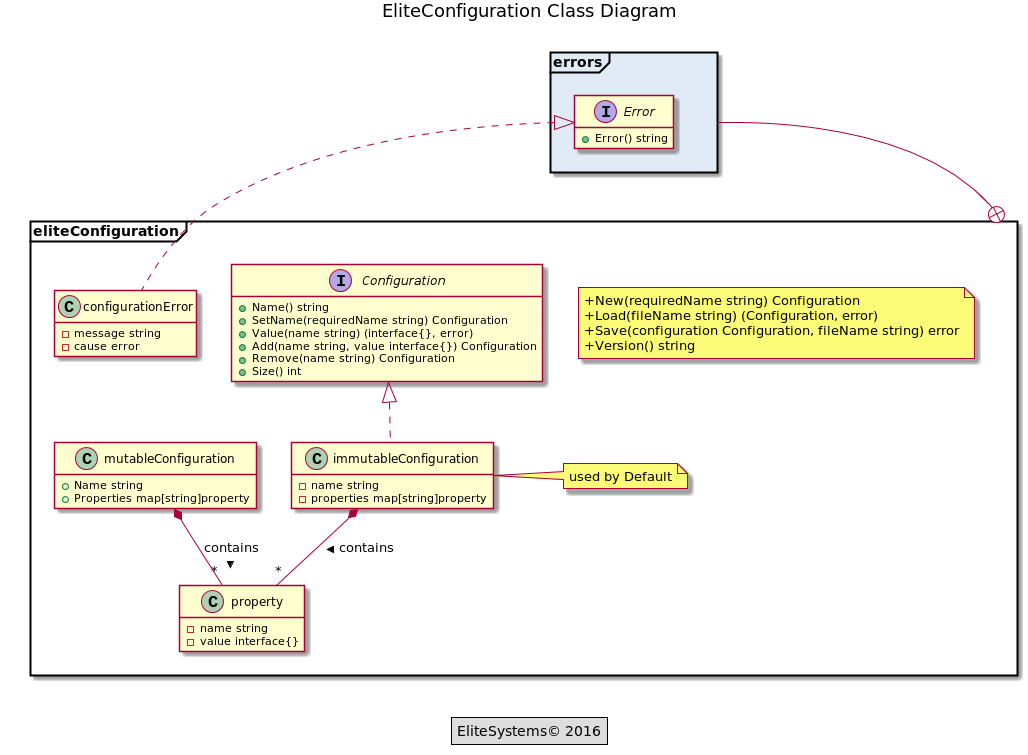
This is documentation/images/classDiagram.png from EliteSystems/eliteConfiguration, a PlantUML export, as it was before one commit.
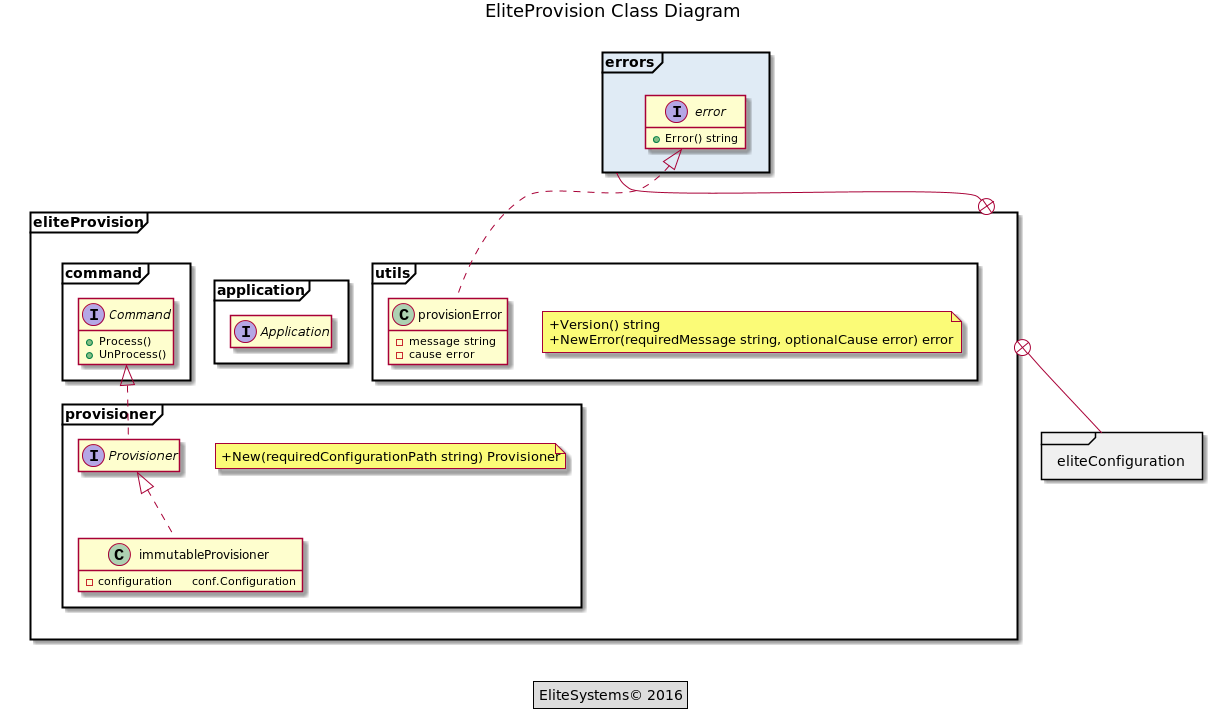
The same diagram one commit later.

Commit message:
eliteConfiguration - Hotfix2

What changed in the source:
```diff
@@ -3,66 +3,74 @@
 
 package errors <<Frame>> #E0EBF5 {
 
-    interface Error {
+    interface error {
         +Error() string
     }
 
 }
 
-package eliteConfiguration <<Frame>> #DD {
+package eliteProvision <<Frame>> #DD {
 
-    note as packageMethods
-        +New(requiredName string) Configuration
-        +Load(fileName string) (Configuration, error)
-        +Save(configuration Configuration, fileName string) error
-        +Version() string
-    end note
+    package utils <<Frame>> #DD {
 
-    interface Configuration {
-        +Name() string
-        +SetName(requiredName string) Configuration
-        +Value(name string) (interface{}, error)
-        +Add(name string, value interface{}) Configuration
-        +Remove(name string) Configuration
-        +Size() int
+            note as utilsMethods
+                +Version() string
+                +NewError(requiredMessage string, optionalCause error) error
+            end note
+
+            class provisionError {
+                -message string
+                -cause error
+            }
     }
 
-    class mutableConfiguration {
-        +Name string
-        +Properties map[string]property
+    package provisioner <<Frame>> #DD {
+
+        note as provisionerMethods
+            +New(requiredConfigurationPath string) Provisioner
+        end note
+
+        interface Provisioner {
+        }
+
+        class immutableProvisioner {
+            -configuration     conf.Configuration
+        }
+
     }
 
-    class immutableConfiguration {
-        -name string
-        -properties map[string]property
-    }
-    note right : used by Default
+     package application <<Frame>> #DD {
 
-    class property {
-        -name string
-        -value interface{}
-    }
+        interface Application {
+        }
 
-    class configurationError {
-        -message string
-        -cause error
-    }
+     }
+
+     package command <<Frame>> #DD {
+
+        interface Command {
+            +Process()
+            +UnProcess()
+        }
+     }
+
+}
+
+package eliteConfiguration <<Frame>> #F0F0F0 {
 
 }
 
 
+errors -+ eliteProvision
+eliteProvision +- eliteConfiguration
 
-eliteConfiguration +-- errors
-
-Configuration <|.. immutableConfiguration
-Error <|.. configurationError
-immutableConfiguration *-- "*" property : contains >
-mutableConfiguration *-- "*" property : contains >
-
+Command <|.. Provisioner
+Provisioner <|.. immutableProvisioner
+error <|.. provisionError
 
 
 title
-    EliteConfiguration Class Diagram
+    EliteProvision Class Diagram
 endtitle
 
 legend center
```
